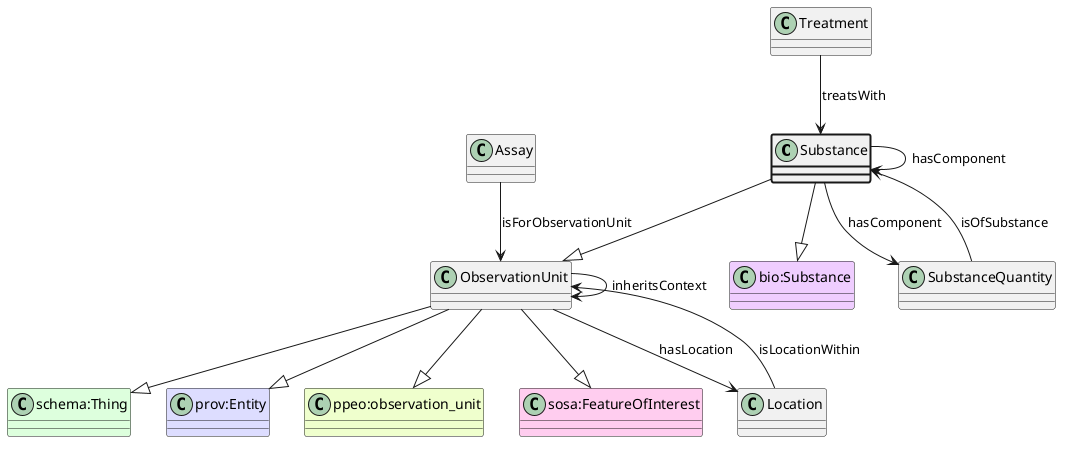
aus-plant-phenomics-network/appn-schema keeps this PlantUML diagram as ttl_uml/ttl_appn_Substance.png. Above is the earlier version.
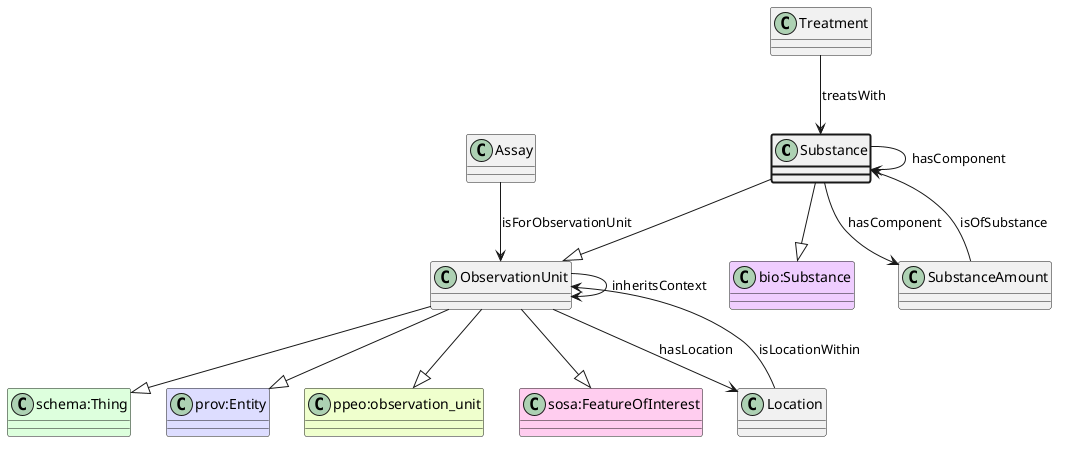
The same file after the commit.

Diff of the diagram source:
```diff
@@ -15,10 +15,10 @@
 class Treatment
 Treatment --> Substance : treatsWith
 Substance --> Substance : hasComponent
-class SubstanceQuantity
-Substance --> SubstanceQuantity : hasComponent
-class SubstanceQuantity
-SubstanceQuantity --> Substance : isOfSubstance
+class SubstanceAmount
+Substance --> SubstanceAmount : hasComponent
+class SubstanceAmount
+SubstanceAmount --> Substance : isOfSubstance
 class Assay
 Assay --> ObservationUnit : isForObservationUnit
 class ObservationUnit
```
